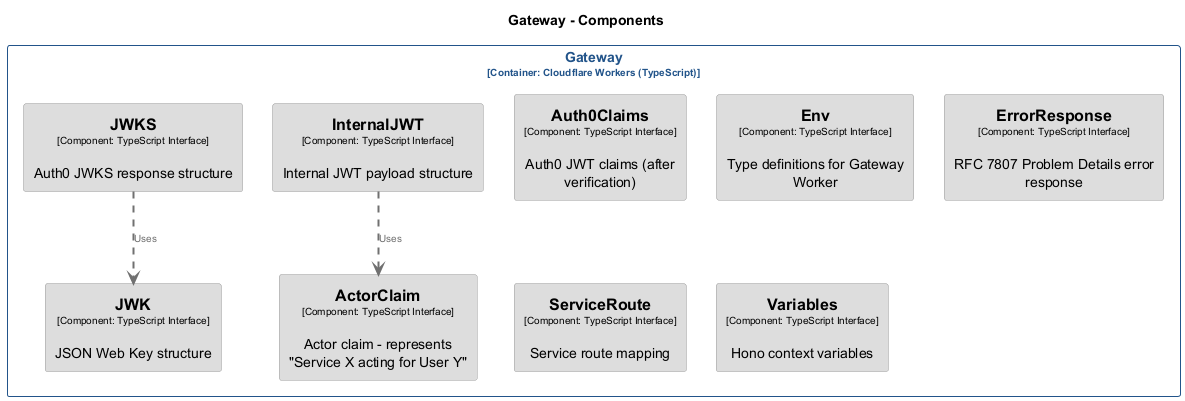
This is docs/architecture/diagrams/structurizr-Components_gateway.png from chrislyons-dev/bond-math, a PlantUML export, as it was before one commit.
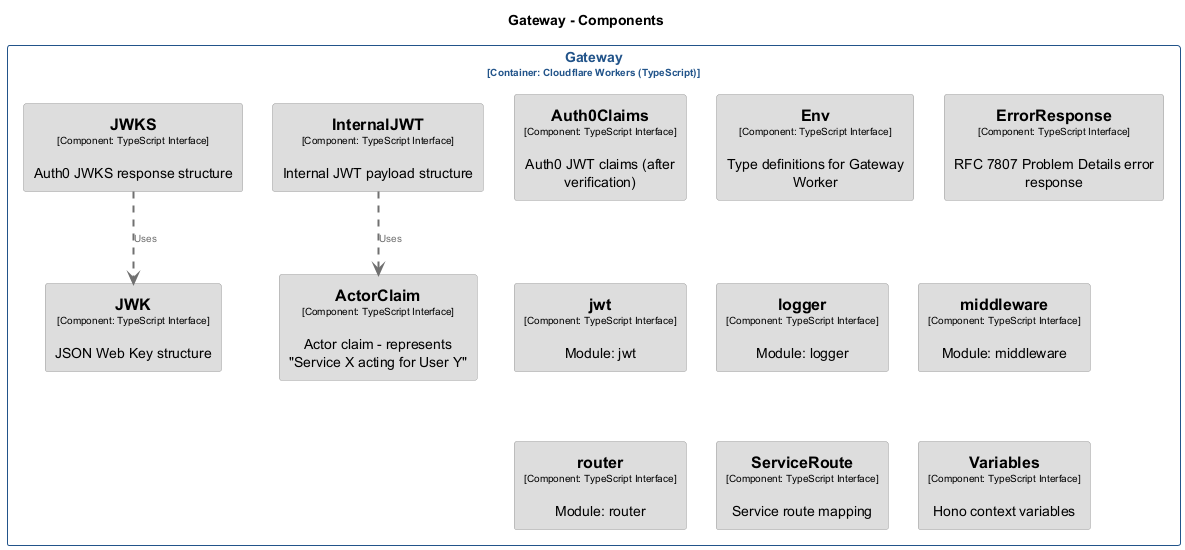
The same diagram one commit later.

The edit, as a diff of the source:
```diff
@@ -69,6 +69,30 @@
   BorderColor #9a9a9a
   shadowing false
 }
+skinparam rectangle<<bondmath.Gateway.jwt>> {
+  BackgroundColor #dddddd
+  FontColor #000000
+  BorderColor #9a9a9a
+  shadowing false
+}
+skinparam rectangle<<bondmath.Gateway.logger>> {
+  BackgroundColor #dddddd
+  FontColor #000000
+  BorderColor #9a9a9a
+  shadowing false
+}
+skinparam rectangle<<bondmath.Gateway.middleware>> {
+  BackgroundColor #dddddd
+  FontColor #000000
+  BorderColor #9a9a9a
+  shadowing false
+}
+skinparam rectangle<<bondmath.Gateway.router>> {
+  BackgroundColor #dddddd
+  FontColor #000000
+  BorderColor #9a9a9a
+  shadowing false
+}
 skinparam rectangle<<bondmath.Gateway>> {
   BorderColor #22548a
   FontColor #22548a
@@ -83,6 +107,10 @@
   rectangle "==InternalJWT\n<size:10>[Component: TypeScript Interface]</size>\n\nInternal JWT payload structure" <<bondmath.Gateway.InternalJWT>> as bondmath.Gateway.InternalJWT
   rectangle "==JWK\n<size:10>[Component: TypeScript Interface]</size>\n\nJSON Web Key structure" <<bondmath.Gateway.JWK>> as bondmath.Gateway.JWK
   rectangle "==JWKS\n<size:10>[Component: TypeScript Interface]</size>\n\nAuth0 JWKS response structure" <<bondmath.Gateway.JWKS>> as bondmath.Gateway.JWKS
+  rectangle "==jwt\n<size:10>[Component: TypeScript Interface]</size>\n\nModule: jwt" <<bondmath.Gateway.jwt>> as bondmath.Gateway.jwt
+  rectangle "==logger\n<size:10>[Component: TypeScript Interface]</size>\n\nModule: logger" <<bondmath.Gateway.logger>> as bondmath.Gateway.logger
+  rectangle "==middleware\n<size:10>[Component: TypeScript Interface]</size>\n\nModule: middleware" <<bondmath.Gateway.middleware>> as bondmath.Gateway.middleware
+  rectangle "==router\n<size:10>[Component: TypeScript Interface]</size>\n\nModule: router" <<bondmath.Gateway.router>> as bondmath.Gateway.router
   rectangle "==ServiceRoute\n<size:10>[Component: TypeScript Interface]</size>\n\nService route mapping" <<bondmath.Gateway.ServiceRoute>> as bondmath.Gateway.ServiceRoute
   rectangle "==Variables\n<size:10>[Component: TypeScript Interface]</size>\n\nHono context variables" <<bondmath.Gateway.Variables>> as bondmath.Gateway.Variables
 }
```
